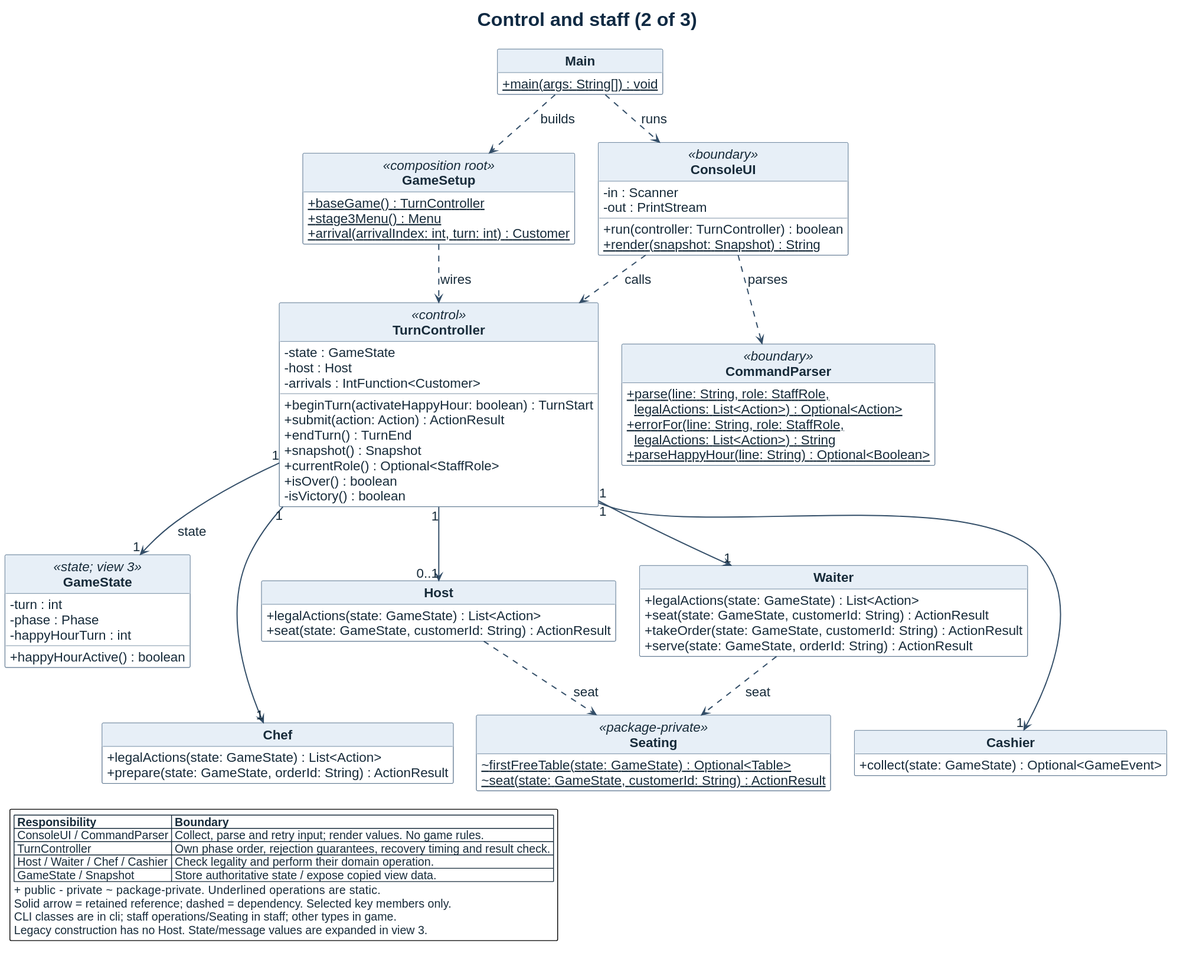
This is docs/diagrams/exports/class-control.svg from respoopu/SC2002-lab-assignment-final, a PlantUML export, as it was before one commit. Its source is kept beside it as docs/diagrams/class-control.puml.
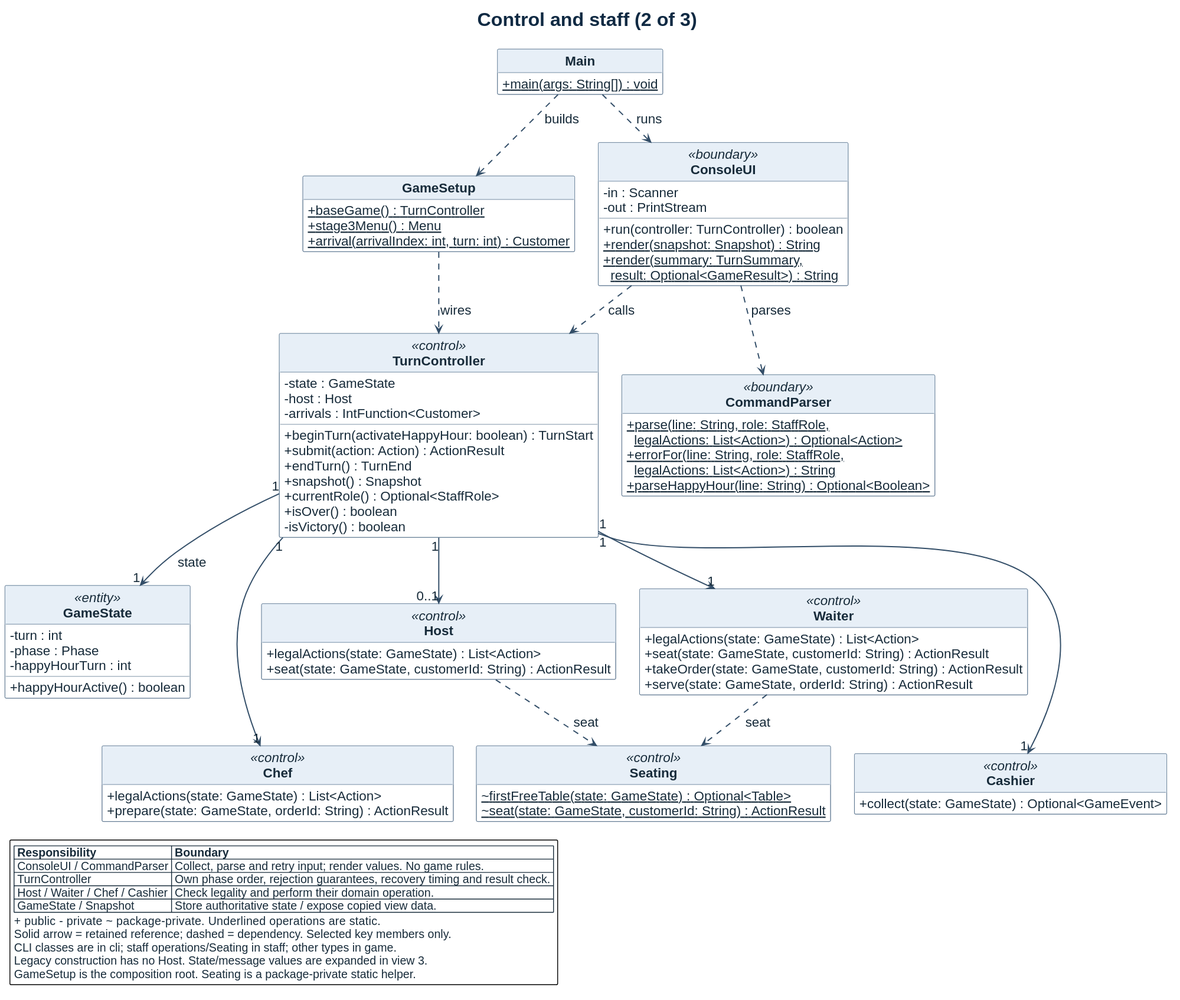
The same file after the commit.

Commit message:
docs(uml): align class notation and members with reviewed design

Diff of the diagram source:
```diff
@@ -7,7 +7,7 @@
 class Main {
   +{static} main(args: String[]) : void
 }
-class GameSetup <<composition root>> {
+class GameSetup {
   +{static} baseGame() : TurnController
   +{static} stage3Menu() : Menu
   +{static} arrival(arrivalIndex: int, turn: int) : Customer
@@ -17,6 +17,7 @@
   -out : PrintStream
   +run(controller: TurnController) : boolean
   +{static} render(snapshot: Snapshot) : String
+  +{static} render(summary: TurnSummary,\n  result: Optional<GameResult>) : String
 }
 class CommandParser <<boundary>> {
   +{static} parse(line: String, role: StaffRole,\n  legalActions: List<Action>) : Optional<Action>
@@ -35,30 +36,30 @@
   +isOver() : boolean
   -isVictory() : boolean
 }
-class GameState <<state; view 3>> {
+class GameState <<entity>> {
   -turn : int
   -phase : Phase
   -happyHourTurn : int
   +happyHourActive() : boolean
 }
-class Host {
+class Host <<control>> {
   +legalActions(state: GameState) : List<Action>
   +seat(state: GameState, customerId: String) : ActionResult
 }
-class Waiter {
+class Waiter <<control>> {
   +legalActions(state: GameState) : List<Action>
   +seat(state: GameState, customerId: String) : ActionResult
   +takeOrder(state: GameState, customerId: String) : ActionResult
   +serve(state: GameState, orderId: String) : ActionResult
 }
-class Chef {
+class Chef <<control>> {
   +legalActions(state: GameState) : List<Action>
   +prepare(state: GameState, orderId: String) : ActionResult
 }
-class Cashier {
+class Cashier <<control>> {
   +collect(state: GameState) : Optional<GameEvent>
 }
-class Seating <<package-private>> {
+class Seating <<control>> {
   ~{static} firstFreeTable(state: GameState) : Optional<Table>
   ~{static} seat(state: GameState, customerId: String) : ActionResult
 }
@@ -90,5 +91,6 @@
   Solid arrow = retained reference; dashed = dependency. Selected key members only.
   CLI classes are in cli; staff operations/Seating in staff; other types in game.
   Legacy construction has no Host. State/message values are expanded in view 3.
+  GameSetup is the composition root. Seating is a package-private static helper.
 endlegend
 @enduml
```
